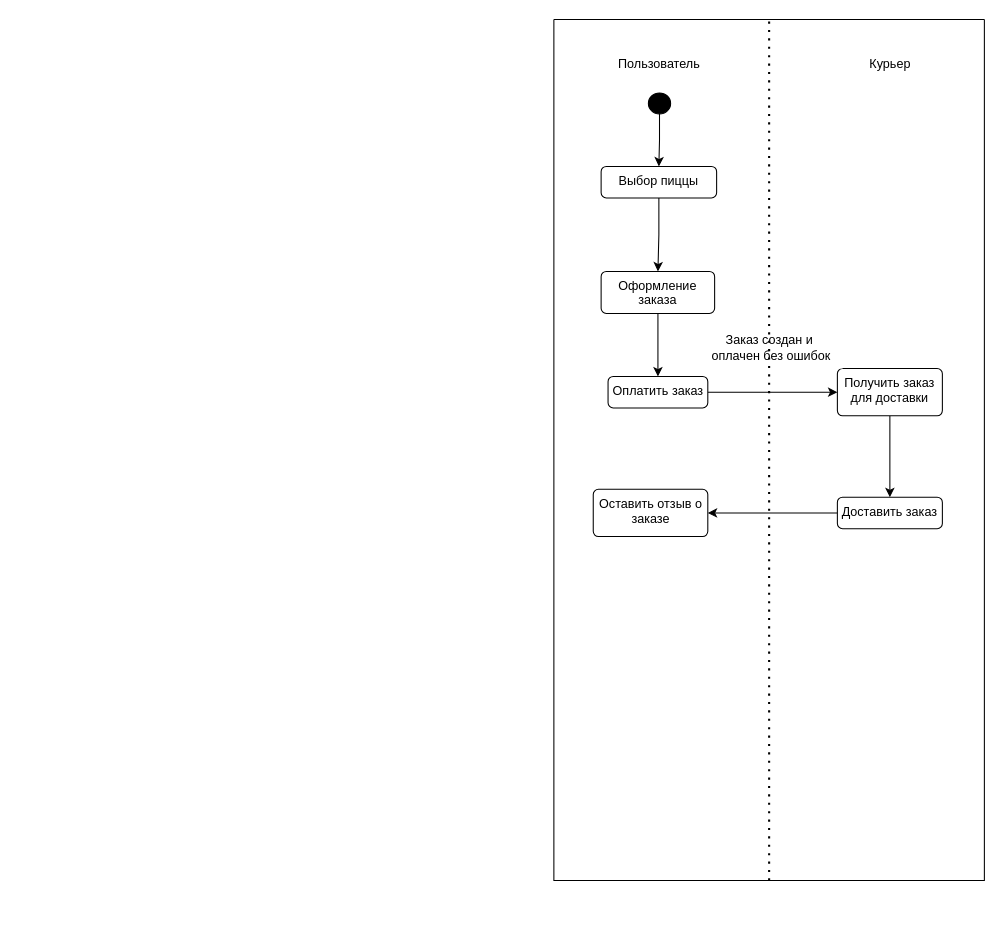
hard-gainer/UML keeps this draw.io diagram as ДиаграммаДеятельности.drawio. Above is the earlier version. Source tidied: cells renumbered, new cells numbered last; positions are measured from the earlier drawing's top-left corner, leaving out a move shared by most shapes. Both pictures are drawn from the tidied source at 105%, with x=0, y=0 at pixel (553, 19).
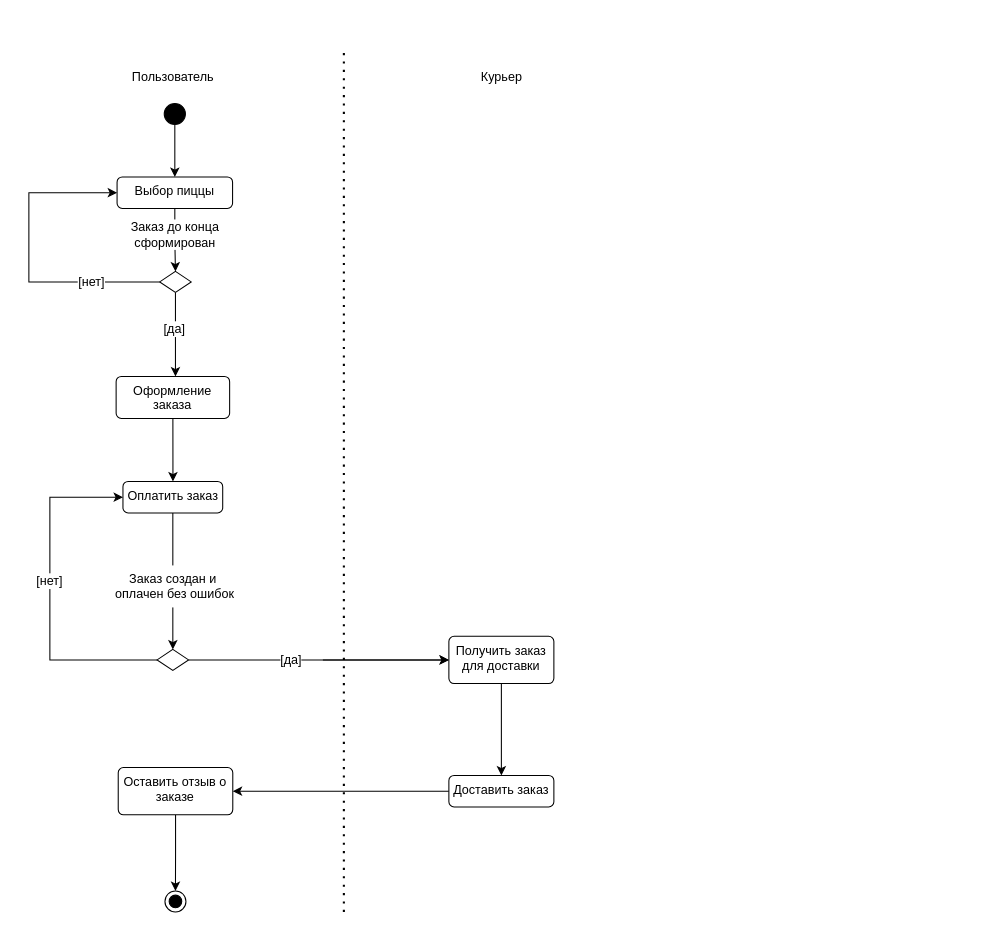
Above is the later version.

The edit, as a diff of the source:
```diff
@@
-    <mxCell id="2" style="swimlane;startSize=0;" parent="1" vertex="1">
-      <mxGeometry width="410" height="820" as="geometry" />
-    </mxCell>
+    <mxCell id="17" style="endArrow=none;dashed=1;html=1;dashPattern=1 3;strokeWidth=2;rounded=0;entryX=0.5;entryY=0;entryDx=0;entryDy=0;exitX=0.5;exitY=1;exitDx=0;exitDy=0;" parent="1" edge="1">
+      <mxGeometry relative="1" as="geometry">
+        <mxPoint x="-200" y="850" as="sourcePoint" />
+        <mxPoint x="-200" y="30" as="targetPoint" />
+      </mxGeometry>
+    </mxCell>
+    <mxCell id="18" value="Пользователь" style="text;html=1;align=center;verticalAlign=middle;strokeColor=none;fillColor=none;" parent="1" vertex="1">
+      <mxGeometry x="-412.9" y="40" width="100" height="30" as="geometry" />
+    </mxCell>
+    <mxCell id="19" value="Курьер" style="text;html=1;align=center;verticalAlign=middle;strokeColor=none;fillColor=none;" parent="1" vertex="1">
+      <mxGeometry x="-80" y="40" width="60" height="30" as="geometry" />
+    </mxCell>
-    <mxCell id="3" style="edgeStyle=orthogonalEdgeStyle;rounded=0;jettySize=auto;html=1;" parent="2" edge="1" source="4" target="8">
-      <mxGeometry relative="1" as="geometry" />
+    <mxCell id="3" style="edgeStyle=orthogonalEdgeStyle;rounded=0;jettySize=auto;html=1;" parent="1" edge="1" source="23" target="8">
+      <mxGeometry relative="1" as="geometry">
+        <Array as="points">
+          <mxPoint x="-360" y="295" />
+          <mxPoint x="-361" y="295" />
+        </Array>
+      </mxGeometry>
     </mxCell>
-    <mxCell id="4" value="Выбор пиццы" style="html=1;align=center;verticalAlign=top;rounded=1;absoluteArcSize=1;arcSize=10;dashed=0;whiteSpace=wrap;" parent="2" vertex="1">
-      <mxGeometry x="45" y="140" width="110" height="30" as="geometry" />
+    <mxCell id="4" value="Выбор пиццы" style="html=1;align=center;verticalAlign=top;rounded=1;absoluteArcSize=1;arcSize=10;dashed=0;whiteSpace=wrap;" parent="1" vertex="1">
+      <mxGeometry x="-416" y="150" width="110" height="30" as="geometry" />
     </mxCell>
-    <mxCell id="5" style="edgeStyle=orthogonalEdgeStyle;rounded=0;jettySize=auto;html=1;exitX=0.5;exitY=1;exitDx=0;exitDy=0;entryX=0.5;entryY=0;entryDx=0;entryDy=0;" parent="2" edge="1" source="6" target="4">
+    <mxCell id="5" style="edgeStyle=orthogonalEdgeStyle;rounded=0;jettySize=auto;html=1;exitX=0.5;exitY=1;exitDx=0;exitDy=0;entryX=0.5;entryY=0;entryDx=0;entryDy=0;" parent="1" edge="1" source="6" target="4">
       <mxGeometry relative="1" as="geometry" />
     </mxCell>
-    <mxCell id="6" style="ellipse;fillColor=strokeColor;html=1;" parent="2" vertex="1">
-      <mxGeometry x="90" y="70" width="21.2" height="20" as="geometry" />
+    <mxCell id="6" style="ellipse;fillColor=strokeColor;html=1;" parent="1" vertex="1">
+      <mxGeometry x="-371.1" y="80" width="20.2" height="20" as="geometry" />
     </mxCell>
-    <mxCell id="7" style="edgeStyle=orthogonalEdgeStyle;rounded=0;jettySize=auto;html=1;" parent="2" edge="1" source="8" target="10">
-      <mxGeometry relative="1" as="geometry" />
+    <mxCell id="7" style="edgeStyle=orthogonalEdgeStyle;rounded=0;jettySize=auto;html=1;exitX=0.5;exitY=1;exitDx=0;exitDy=0;" parent="1" edge="1" source="8" target="10">
+      <mxGeometry relative="1" as="geometry">
+        <Array as="points">
+          <mxPoint x="-363" y="420" />
+          <mxPoint x="-363" y="420" />
+        </Array>
+      </mxGeometry>
     </mxCell>
-    <mxCell id="8" value="Оформление заказа" style="html=1;align=center;verticalAlign=top;rounded=1;absoluteArcSize=1;arcSize=10;dashed=0;whiteSpace=wrap;" parent="2" vertex="1">
-      <mxGeometry x="45" y="240" width="108.1" height="40" as="geometry" />
+    <mxCell id="8" value="Оформление заказа" style="html=1;align=center;verticalAlign=top;rounded=1;absoluteArcSize=1;arcSize=10;dashed=0;whiteSpace=wrap;" parent="1" vertex="1">
+      <mxGeometry x="-416.9" y="340" width="108.1" height="40" as="geometry" />
     </mxCell>
-    <mxCell id="9" style="edgeStyle=orthogonalEdgeStyle;rounded=0;jettySize=auto;html=1;entryX=0;entryY=0.5;entryDx=0;entryDy=0;" parent="2" edge="1" source="10" target="12">
-      <mxGeometry relative="1" as="geometry" />
-    </mxCell>
+    <mxCell id="20" style="edgeStyle=orthogonalEdgeStyle;rounded=0;jettySize=auto;html=1;entryX=0.5;entryY=0;entryDx=0;entryDy=0;" parent="1" edge="1" source="10" target="26">
+      <mxGeometry relative="1" as="geometry" />
+    </mxCell>
-    <mxCell id="10" value="Оплатить заказ" style="html=1;align=center;verticalAlign=top;rounded=1;absoluteArcSize=1;arcSize=10;dashed=0;whiteSpace=wrap;" parent="2" vertex="1">
-      <mxGeometry x="51.6" y="340" width="95" height="30" as="geometry" />
+    <mxCell id="10" value="Оплатить заказ" style="html=1;align=center;verticalAlign=top;rounded=1;absoluteArcSize=1;arcSize=10;dashed=0;whiteSpace=wrap;" parent="1" vertex="1">
+      <mxGeometry x="-410.4" y="440" width="95" height="30" as="geometry" />
     </mxCell>
-    <mxCell id="11" style="edgeStyle=orthogonalEdgeStyle;rounded=0;jettySize=auto;html=1;" parent="2" edge="1" source="12" target="14">
+    <mxCell id="11" style="edgeStyle=orthogonalEdgeStyle;rounded=0;jettySize=auto;html=1;" parent="1" edge="1" source="12" target="14">
       <mxGeometry relative="1" as="geometry" />
     </mxCell>
-    <mxCell id="12" value="Получить заказ для доставки" style="html=1;align=center;verticalAlign=top;rounded=1;absoluteArcSize=1;arcSize=10;dashed=0;whiteSpace=wrap;" parent="2" vertex="1">
-      <mxGeometry x="270" y="332.5" width="100" height="45" as="geometry" />
+    <mxCell id="12" value="Получить заказ для доставки" style="html=1;align=center;verticalAlign=top;rounded=1;absoluteArcSize=1;arcSize=10;dashed=0;whiteSpace=wrap;" parent="1" vertex="1">
+      <mxGeometry x="-100" y="587.5" width="100" height="45" as="geometry" />
     </mxCell>
-    <mxCell id="13" style="edgeStyle=orthogonalEdgeStyle;rounded=0;jettySize=auto;html=1;entryX=1;entryY=0.5;entryDx=0;entryDy=0;" parent="2" edge="1" source="14" target="16">
+    <mxCell id="13" style="edgeStyle=orthogonalEdgeStyle;rounded=0;jettySize=auto;html=1;entryX=1;entryY=0.5;entryDx=0;entryDy=0;" parent="1" edge="1" source="14" target="16">
       <mxGeometry relative="1" as="geometry" />
     </mxCell>
-    <mxCell id="14" value="Доставить заказ" style="html=1;align=center;verticalAlign=top;rounded=1;absoluteArcSize=1;arcSize=10;dashed=0;whiteSpace=wrap;" parent="2" vertex="1">
-      <mxGeometry x="270" y="455" width="100" height="30" as="geometry" />
+    <mxCell id="14" value="Доставить заказ" style="html=1;align=center;verticalAlign=top;rounded=1;absoluteArcSize=1;arcSize=10;dashed=0;whiteSpace=wrap;" parent="1" vertex="1">
+      <mxGeometry x="-100" y="720" width="100" height="30" as="geometry" />
     </mxCell>
-    <mxCell id="15" value="Заказ создан и&lt;div&gt;&amp;nbsp;оплачен без ошибок&lt;/div&gt;" style="text;html=1;align=center;verticalAlign=middle;strokeColor=none;fillColor=default;" parent="2" vertex="1">
-      <mxGeometry x="135" y="292.5" width="140" height="40" as="geometry" />
+    <mxCell id="15" value="Заказ создан и&lt;div&gt;&amp;nbsp;оплачен без ошибок&lt;/div&gt;" style="text;html=1;align=center;verticalAlign=middle;strokeColor=none;fillColor=default;labelBackgroundColor=default;" parent="1" vertex="1">
+      <mxGeometry x="-432.9" y="520" width="140" height="40" as="geometry" />
     </mxCell>
+    <mxCell id="21" style="edgeStyle=orthogonalEdgeStyle;rounded=0;jettySize=auto;html=1;entryX=0.5;entryY=0;entryDx=0;entryDy=0;" parent="1" edge="1" source="16" target="34">
+      <mxGeometry relative="1" as="geometry" />
+    </mxCell>
-    <mxCell id="16" value="Оставить отзыв о заказе" style="html=1;align=center;verticalAlign=top;rounded=1;absoluteArcSize=1;arcSize=10;dashed=0;whiteSpace=wrap;" parent="2" vertex="1">
-      <mxGeometry x="37.5" y="447.5" width="109.1" height="45" as="geometry" />
+    <mxCell id="16" value="Оставить отзыв о заказе" style="html=1;align=center;verticalAlign=top;rounded=1;absoluteArcSize=1;arcSize=10;dashed=0;whiteSpace=wrap;" parent="1" vertex="1">
+      <mxGeometry x="-414.9" y="712.5" width="109.1" height="45" as="geometry" />
     </mxCell>
-    <mxCell id="17" style="endArrow=none;dashed=1;html=1;dashPattern=1 3;strokeWidth=2;rounded=0;entryX=0.5;entryY=0;entryDx=0;entryDy=0;exitX=0.5;exitY=1;exitDx=0;exitDy=0;" parent="1" edge="1" source="2" target="2">
-      <mxGeometry relative="1" as="geometry" />
-    </mxCell>
-    <mxCell id="18" value="Пользователь" style="text;html=1;align=center;verticalAlign=middle;strokeColor=none;fillColor=none;" parent="1" vertex="1">
-      <mxGeometry x="50" y="28" width="100" height="30" as="geometry" />
-    </mxCell>
-    <mxCell id="19" value="Курьер" style="text;html=1;align=center;verticalAlign=middle;strokeColor=none;fillColor=none;" parent="1" vertex="1">
-      <mxGeometry x="290" y="28" width="60" height="30" as="geometry" />
-    </mxCell>
+    <mxCell id="22" style="edgeStyle=orthogonalEdgeStyle;rounded=0;jettySize=auto;html=1;" parent="1" edge="1" source="4" target="23">
+      <mxGeometry relative="1" as="geometry" />
+    </mxCell>
+    <mxCell id="23" style="shape=rhombus;perimeter=rhombusPerimeter;whiteSpace=wrap;html=1;align=center;" parent="1" vertex="1">
+      <mxGeometry x="-375.4" y="240" width="30" height="20" as="geometry" />
+    </mxCell>
+    <mxCell id="24" style="edgeStyle=orthogonalEdgeStyle;rounded=0;jettySize=auto;html=1;entryX=0;entryY=0.5;entryDx=0;entryDy=0;" parent="1" edge="1" source="26" target="10">
+      <mxGeometry relative="1" as="geometry">
+        <Array as="points">
+          <mxPoint x="-480" y="610" />
+          <mxPoint x="-480" y="455" />
+        </Array>
+      </mxGeometry>
+    </mxCell>
+    <mxCell id="25" style="edgeStyle=orthogonalEdgeStyle;rounded=0;jettySize=auto;html=1;entryX=0;entryY=0.5;entryDx=0;entryDy=0;" parent="1" edge="1" source="33" target="12">
+      <mxGeometry relative="1" as="geometry" />
+    </mxCell>
+    <mxCell id="26" style="shape=rhombus;perimeter=rhombusPerimeter;whiteSpace=wrap;html=1;align=center;" parent="1" vertex="1">
+      <mxGeometry x="-377.9" y="600" width="30" height="20" as="geometry" />
+    </mxCell>
+    <mxCell id="27" style="edgeStyle=orthogonalEdgeStyle;rounded=0;jettySize=auto;html=1;exitX=0;exitY=0.5;exitDx=0;exitDy=0;entryX=0;entryY=0.5;entryDx=0;entryDy=0;" parent="1" edge="1" source="23" target="4">
+      <mxGeometry relative="1" as="geometry">
+        <Array as="points">
+          <mxPoint x="-500" y="250" />
+          <mxPoint x="-500" y="165" />
+        </Array>
+      </mxGeometry>
+    </mxCell>
+    <mxCell id="28" value="Заказ до конца сформирован" style="text;html=1;align=center;verticalAlign=middle;whiteSpace=wrap;rounded=0;textShadow=0;labelBackgroundColor=default;" parent="1" vertex="1">
+      <mxGeometry x="-411.5" y="190" width="101" height="30" as="geometry" />
+    </mxCell>
+    <mxCell id="29" value="[нет]" style="text;html=1;align=center;verticalAlign=middle;whiteSpace=wrap;rounded=0;labelBackgroundColor=default;" parent="1" vertex="1">
+      <mxGeometry x="-470.4" y="235" width="60" height="30" as="geometry" />
+    </mxCell>
+    <mxCell id="30" value="[да]" style="text;html=1;align=center;verticalAlign=middle;whiteSpace=wrap;rounded=0;labelBackgroundColor=default;" parent="1" vertex="1">
+      <mxGeometry x="-391" y="280" width="60" height="30" as="geometry" />
+    </mxCell>
+    <mxCell id="31" value="[нет]" style="text;html=1;align=center;verticalAlign=middle;whiteSpace=wrap;rounded=0;labelBackgroundColor=default;" parent="1" vertex="1">
+      <mxGeometry x="-510" y="520" width="60" height="30" as="geometry" />
+    </mxCell>
+    <mxCell id="32" style="edgeStyle=orthogonalEdgeStyle;rounded=0;jettySize=auto;html=1;entryX=0;entryY=0.5;entryDx=0;entryDy=0;" parent="1" edge="1" source="26" target="12">
+      <mxGeometry relative="1" as="geometry" />
+    </mxCell>
+    <mxCell id="33" value="[да]" style="text;html=1;align=center;verticalAlign=middle;whiteSpace=wrap;rounded=0;labelBackgroundColor=default;" parent="1" vertex="1">
+      <mxGeometry x="-280" y="595" width="60" height="30" as="geometry" />
+    </mxCell>
+    <mxCell id="34" style="ellipse;html=1;shape=endState;fillColor=strokeColor;" parent="1" vertex="1">
+      <mxGeometry x="-370.4" y="830" width="20" height="20" as="geometry" />
+    </mxCell>
```
